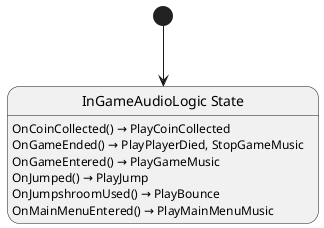
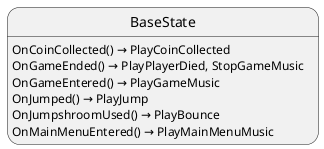
- @startuml InGameAudioLogic
- state "InGameAudioLogic State" as GameDemo_InGameAudioLogic_State {
-   GameDemo_InGameAudioLogic_State : OnCoinCollected() → PlayCoinCollected
-   GameDemo_InGameAudioLogic_State : OnGameEnded() → PlayPlayerDied, StopGameMusic
-   GameDemo_InGameAudioLogic_State : OnGameEntered() → PlayGameMusic
-   GameDemo_InGameAudioLogic_State : OnJumped() → PlayJump
-   GameDemo_InGameAudioLogic_State : OnJumpshroomUsed() → PlayBounce
-   GameDemo_InGameAudioLogic_State : OnMainMenuEntered() → PlayMainMenuMusic
- }
- [*] --> GameDemo_InGameAudioLogic_State
+ @startuml BaseState
+ state "BaseState" as GameDemo_InGameAudioLogic_BaseState
+ 
+ GameDemo_InGameAudioLogic_BaseState : OnCoinCollected() → PlayCoinCollected
+ GameDemo_InGameAudioLogic_BaseState : OnGameEnded() → PlayPlayerDied, StopGameMusic
+ GameDemo_InGameAudioLogic_BaseState : OnGameEntered() → PlayGameMusic
+ GameDemo_InGameAudioLogic_BaseState : OnJumped() → PlayJump
+ GameDemo_InGameAudioLogic_BaseState : OnJumpshroomUsed() → PlayBounce
+ GameDemo_InGameAudioLogic_BaseState : OnMainMenuEntered() → PlayMainMenuMusic
@enduml